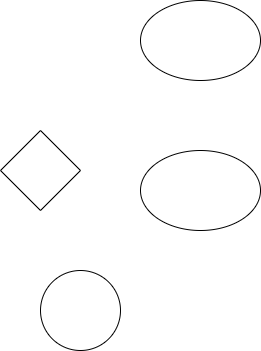
Rakesh2916728272727/no keeps this draw.io diagram as Untitled Diagram.drawio.png. Above is the earlier version. Source tidied: cells renumbered, new cells last; positions are measured from the earlier drawing's top-left corner, leaving out a move shared by most shapes.
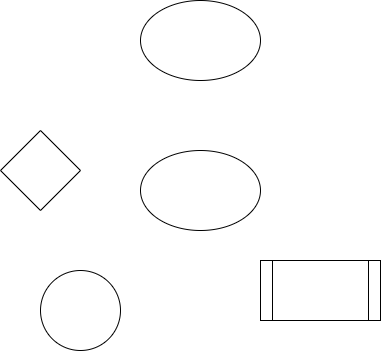
After the change.

The edit, as a diff of the source:
```diff
@@ -14,5 +14,8 @@
     <mxCell id="5" style="ellipse;whiteSpace=wrap;html=1;" parent="1" vertex="1">
       <mxGeometry x="140" width="120" height="80" as="geometry" />
     </mxCell>
+    <mxCell id="6" style="shape=process;whiteSpace=wrap;html=1;backgroundOutline=1;" parent="1" vertex="1">
+      <mxGeometry x="260" y="260" width="120" height="60" as="geometry" />
+    </mxCell>
   </root>
 </mxGraphModel>
```
